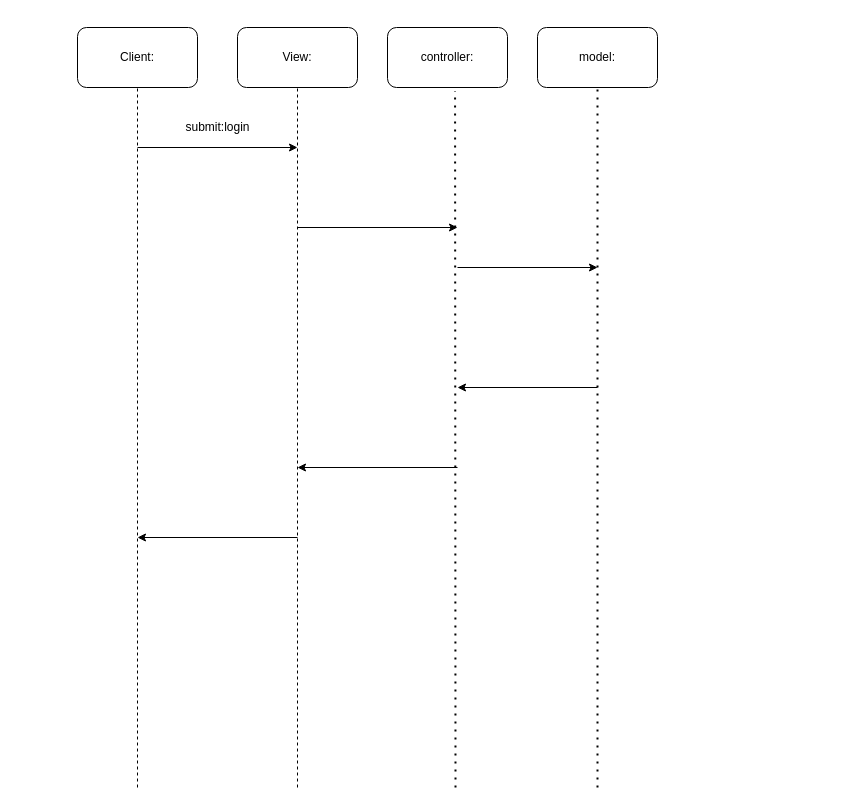
booyuh/booyuh keeps this draw.io diagram as page "Page-1" (1 of 2) of Untitled Diagram.drawio. Above is the earlier version. Source tidied: cells renumbered, new cells numbered last; positions are measured from the earlier drawing's top-left corner, leaving out a move shared by most shapes. Both pictures are drawn from the tidied source at 100%, with x=0, y=0 at pixel (77, 27).
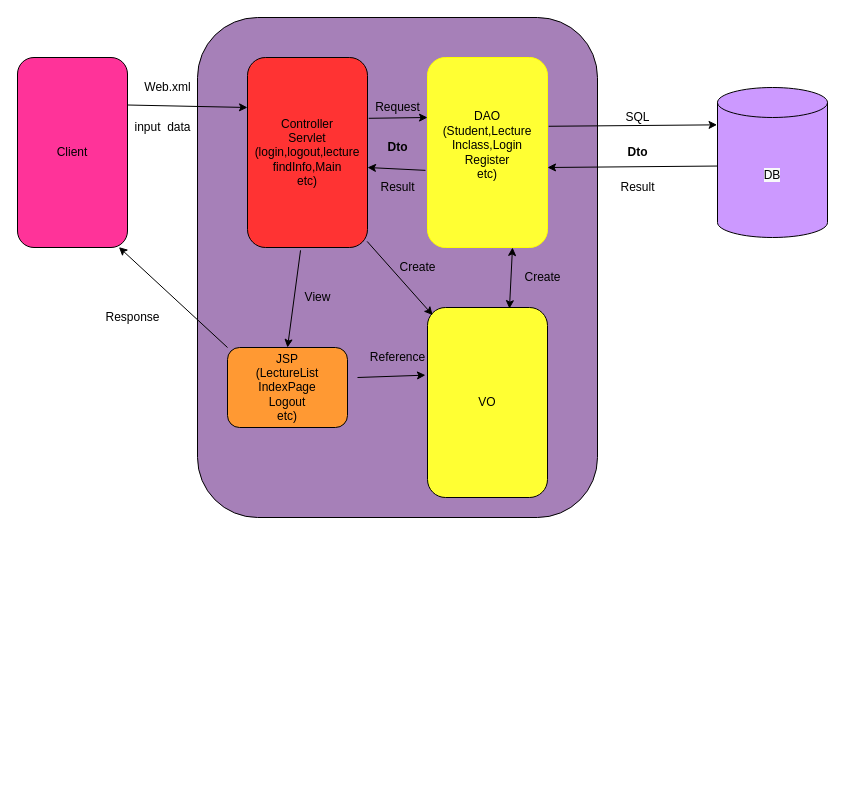
Above is the later version.

The edit, as a diff of the source:
```diff
@@
-    <mxCell id="2" value="Client:" style="rounded=1;whiteSpace=wrap;html=1;" parent="1" vertex="1">
-      <mxGeometry width="120" height="60" as="geometry" />
-    </mxCell>
-    <mxCell id="3" value="View:" style="rounded=1;whiteSpace=wrap;html=1;" parent="1" vertex="1">
-      <mxGeometry x="160" width="120" height="60" as="geometry" />
-    </mxCell>
-    <mxCell id="4" value="model:" style="rounded=1;whiteSpace=wrap;html=1;" parent="1" vertex="1">
-      <mxGeometry x="460" width="120" height="60" as="geometry" />
-    </mxCell>
-    <mxCell id="5" value="controller:" style="rounded=1;whiteSpace=wrap;html=1;" parent="1" vertex="1">
-      <mxGeometry x="310" width="120" height="60" as="geometry" />
-    </mxCell>
-    <mxCell id="6" style="endArrow=none;dashed=1;html=1;rounded=0;entryX=0.5;entryY=1;entryDx=0;entryDy=0;" parent="1" edge="1" target="2">
-      <mxGeometry relative="1" as="geometry">
-        <mxPoint x="60" y="760" as="sourcePoint" />
-      </mxGeometry>
-    </mxCell>
-    <mxCell id="7" style="endArrow=none;dashed=1;html=1;rounded=0;entryX=0.5;entryY=1;entryDx=0;entryDy=0;" parent="1" edge="1" target="3">
-      <mxGeometry relative="1" as="geometry">
-        <mxPoint x="220" y="760" as="sourcePoint" />
-      </mxGeometry>
-    </mxCell>
-    <mxCell id="8" style="endArrow=none;dashed=1;html=1;dashPattern=1 3;strokeWidth=2;rounded=0;entryX=0.5;entryY=1;entryDx=0;entryDy=0;" parent="1" edge="1" target="4">
-      <mxGeometry relative="1" as="geometry">
-        <mxPoint x="520" y="760" as="sourcePoint" />
-      </mxGeometry>
-    </mxCell>
-    <mxCell id="9" style="endArrow=none;dashed=1;html=1;dashPattern=1 3;strokeWidth=2;rounded=0;entryX=0.563;entryY=1.06;entryDx=0;entryDy=0;entryPerimeter=0;" parent="1" edge="1" target="5">
-      <mxGeometry relative="1" as="geometry">
-        <mxPoint x="378" y="760" as="sourcePoint" />
-      </mxGeometry>
-    </mxCell>
-    <mxCell id="10" style="endArrow=classic;html=1;rounded=0;" parent="1" edge="1">
-      <mxGeometry relative="1" as="geometry">
-        <mxPoint x="60" y="120" as="sourcePoint" />
-        <mxPoint x="220" y="120" as="targetPoint" />
-      </mxGeometry>
-    </mxCell>
-    <mxCell id="11" value="submit:login" style="text;html=1;align=center;verticalAlign=middle;strokeColor=none;fillColor=none;" parent="1" vertex="1">
-      <mxGeometry x="100" y="90" width="80" height="20" as="geometry" />
-    </mxCell>
-    <mxCell id="12" style="endArrow=classic;html=1;rounded=0;" parent="1" edge="1">
-      <mxGeometry relative="1" as="geometry">
-        <mxPoint x="220" y="200" as="sourcePoint" />
-        <mxPoint x="380" y="200" as="targetPoint" />
-      </mxGeometry>
-    </mxCell>
-    <mxCell id="13" style="endArrow=classic;html=1;rounded=0;" parent="1" edge="1">
-      <mxGeometry relative="1" as="geometry">
-        <mxPoint x="520" y="360" as="sourcePoint" />
-        <mxPoint x="380" y="360" as="targetPoint" />
-      </mxGeometry>
-    </mxCell>
-    <mxCell id="14" style="endArrow=classic;html=1;rounded=0;" parent="1" edge="1">
-      <mxGeometry relative="1" as="geometry">
-        <mxPoint x="380" y="240" as="sourcePoint" />
-        <mxPoint x="520" y="240" as="targetPoint" />
-      </mxGeometry>
-    </mxCell>
-    <mxCell id="15" style="endArrow=classic;html=1;rounded=0;" parent="1" edge="1">
-      <mxGeometry relative="1" as="geometry">
-        <mxPoint x="220" y="510" as="sourcePoint" />
-        <mxPoint x="60" y="510" as="targetPoint" />
-      </mxGeometry>
-    </mxCell>
-    <mxCell id="16" style="endArrow=classic;html=1;rounded=0;" parent="1" edge="1">
-      <mxGeometry relative="1" as="geometry">
-        <mxPoint x="380" y="440" as="sourcePoint" />
-        <mxPoint x="220" y="440" as="targetPoint" />
-      </mxGeometry>
-    </mxCell>
+    <mxCell id="17" style="rounded=1;whiteSpace=wrap;html=1;glass=0;strokeColor=#000000;fillColor=#A680B8;gradientColor=none;" parent="1" vertex="1">
+      <mxGeometry x="120" y="-10" width="400" height="500" as="geometry" />
+    </mxCell>
+    <mxCell id="18" value="Client" style="rounded=1;whiteSpace=wrap;html=1;glass=0;fillColor=#FF3399;" parent="1" vertex="1">
+      <mxGeometry x="-60" y="30" width="110" height="190" as="geometry" />
+    </mxCell>
+    <mxCell id="19" value="JSP&lt;br&gt;(LectureList&lt;br&gt;IndexPage&lt;br&gt;Logout&lt;br&gt;etc)" style="rounded=1;whiteSpace=wrap;html=1;glass=0;fillColor=#FF9933;" parent="1" vertex="1">
+      <mxGeometry x="150" y="320" width="120" height="80" as="geometry" />
+    </mxCell>
+    <mxCell id="20" value="DAO&lt;br&gt;(Student,Lecture&lt;br&gt;Inclass,Login&lt;br&gt;Register&lt;br&gt;etc)&lt;br&gt;&lt;br&gt;" style="rounded=1;whiteSpace=wrap;html=1;glass=0;strokeColor=#FFFF00;fillColor=#FFFF33;" parent="1" vertex="1">
+      <mxGeometry x="350" y="30" width="120" height="190" as="geometry" />
+    </mxCell>
+    <mxCell id="21" value="VO" style="rounded=1;whiteSpace=wrap;html=1;glass=0;fillColor=#FFFF33;" parent="1" vertex="1">
+      <mxGeometry x="350" y="280" width="120" height="190" as="geometry" />
+    </mxCell>
+    <mxCell id="22" value="Controller&lt;br&gt;Servlet&lt;br&gt;(login,logout,lecture&lt;br&gt;findInfo,Main &lt;br&gt;etc)" style="rounded=1;whiteSpace=wrap;html=1;glass=0;fillColor=#FF3333;" parent="1" vertex="1">
+      <mxGeometry x="170" y="30" width="120" height="190" as="geometry" />
+    </mxCell>
+    <mxCell id="23" style="endArrow=classic;html=1;rounded=0;exitX=0;exitY=1;exitDx=0;exitDy=0;" parent="1" edge="1">
+      <mxGeometry relative="1" as="geometry">
+        <mxPoint x="667.6" y="138.3" as="sourcePoint" />
+        <mxPoint x="470" y="140" as="targetPoint" />
+      </mxGeometry>
+    </mxCell>
+    <mxCell id="24" style="endArrow=classic;html=1;rounded=0;exitX=1.01;exitY=0.362;exitDx=0;exitDy=0;exitPerimeter=0;entryX=-0.004;entryY=0.249;entryDx=0;entryDy=0;entryPerimeter=0;" parent="1" edge="1" source="20" target="45">
+      <mxGeometry relative="1" as="geometry" />
+    </mxCell>
+    <mxCell id="25" style="endArrow=classic;html=1;rounded=0;exitX=1.01;exitY=0.32;exitDx=0;exitDy=0;exitPerimeter=0;" parent="1" edge="1" source="22">
+      <mxGeometry relative="1" as="geometry">
+        <mxPoint x="350" y="90" as="targetPoint" />
+      </mxGeometry>
+    </mxCell>
+    <mxCell id="26" style="endArrow=classic;html=1;rounded=0;exitX=1;exitY=0.25;exitDx=0;exitDy=0;" parent="1" edge="1" source="18">
+      <mxGeometry relative="1" as="geometry">
+        <mxPoint x="170" y="80" as="targetPoint" />
+      </mxGeometry>
+    </mxCell>
+    <mxCell id="27" style="endArrow=classic;html=1;rounded=0;exitX=0;exitY=0;exitDx=0;exitDy=0;entryX=0.922;entryY=0.998;entryDx=0;entryDy=0;entryPerimeter=0;" parent="1" edge="1" source="19" target="18">
+      <mxGeometry relative="1" as="geometry" />
+    </mxCell>
+    <mxCell id="28" style="endArrow=classic;html=1;rounded=0;exitX=-0.017;exitY=0.594;exitDx=0;exitDy=0;exitPerimeter=0;" parent="1" edge="1" source="20">
+      <mxGeometry relative="1" as="geometry">
+        <mxPoint x="290" y="140" as="targetPoint" />
+      </mxGeometry>
+    </mxCell>
+    <mxCell id="29" style="endArrow=classic;html=1;rounded=0;entryX=-0.017;entryY=0.356;entryDx=0;entryDy=0;entryPerimeter=0;" parent="1" edge="1" target="21">
+      <mxGeometry relative="1" as="geometry">
+        <mxPoint x="280" y="350" as="sourcePoint" />
+      </mxGeometry>
+    </mxCell>
+    <mxCell id="30" style="endArrow=classic;html=1;rounded=0;exitX=0.442;exitY=1.015;exitDx=0;exitDy=0;exitPerimeter=0;entryX=0.5;entryY=0;entryDx=0;entryDy=0;" parent="1" edge="1" source="22" target="19">
+      <mxGeometry relative="1" as="geometry" />
+    </mxCell>
+    <mxCell id="31" style="endArrow=classic;html=1;rounded=0;entryX=0.043;entryY=0.04;entryDx=0;entryDy=0;entryPerimeter=0;exitX=0.997;exitY=0.968;exitDx=0;exitDy=0;exitPerimeter=0;" parent="1" edge="1" source="22" target="21">
+      <mxGeometry relative="1" as="geometry" />
+    </mxCell>
+    <mxCell id="32" style="endArrow=classic;startArrow=classic;html=1;rounded=0;exitX=0.683;exitY=0.006;exitDx=0;exitDy=0;exitPerimeter=0;" parent="1" edge="1" source="21">
+      <mxGeometry relative="1" as="geometry">
+        <mxPoint x="435" y="220" as="targetPoint" />
+      </mxGeometry>
+    </mxCell>
+    <mxCell id="33" value="SQL" style="text;html=1;align=center;verticalAlign=middle;strokeColor=none;fillColor=none;" parent="1" vertex="1">
+      <mxGeometry x="540" y="80" width="40" height="20" as="geometry" />
+    </mxCell>
+    <mxCell id="34" value="Web.xml" style="text;html=1;align=center;verticalAlign=middle;strokeColor=none;fillColor=none;" parent="1" vertex="1">
+      <mxGeometry x="60" y="50" width="60" height="20" as="geometry" />
+    </mxCell>
+    <mxCell id="35" value="Request" style="text;html=1;align=center;verticalAlign=middle;strokeColor=none;fillColor=none;" parent="1" vertex="1">
+      <mxGeometry x="290" y="70" width="60" height="20" as="geometry" />
+    </mxCell>
+    <mxCell id="36" value="Response" style="text;html=1;align=center;verticalAlign=middle;strokeColor=none;fillColor=none;" parent="1" vertex="1">
+      <mxGeometry x="20" y="280" width="70" height="20" as="geometry" />
+    </mxCell>
+    <mxCell id="37" value="View" style="text;html=1;align=center;verticalAlign=middle;strokeColor=none;fillColor=none;" parent="1" vertex="1">
+      <mxGeometry x="220" y="260" width="40" height="20" as="geometry" />
+    </mxCell>
+    <mxCell id="38" value="&lt;b&gt;Dto&lt;/b&gt;" style="text;html=1;align=center;verticalAlign=middle;strokeColor=none;fillColor=none;" parent="1" vertex="1">
+      <mxGeometry x="300" y="110" width="40" height="20" as="geometry" />
+    </mxCell>
+    <mxCell id="39" value="Result" style="text;html=1;align=center;verticalAlign=middle;strokeColor=none;fillColor=none;" parent="1" vertex="1">
+      <mxGeometry x="295" y="150" width="50" height="20" as="geometry" />
+    </mxCell>
+    <mxCell id="40" value="Result" style="text;html=1;align=center;verticalAlign=middle;strokeColor=none;fillColor=none;" parent="1" vertex="1">
+      <mxGeometry x="535" y="150" width="50" height="20" as="geometry" />
+    </mxCell>
+    <mxCell id="41" value="&lt;b&gt;Dto&lt;/b&gt;" style="text;html=1;align=center;verticalAlign=middle;strokeColor=none;fillColor=none;" parent="1" vertex="1">
+      <mxGeometry x="540" y="115" width="40" height="20" as="geometry" />
+    </mxCell>
+    <mxCell id="42" value="Create" style="text;html=1;align=center;verticalAlign=middle;strokeColor=none;fillColor=none;" parent="1" vertex="1">
+      <mxGeometry x="315" y="230" width="50" height="20" as="geometry" />
+    </mxCell>
+    <mxCell id="43" value="Create" style="text;html=1;align=center;verticalAlign=middle;strokeColor=none;fillColor=none;" parent="1" vertex="1">
+      <mxGeometry x="440" y="240" width="50" height="20" as="geometry" />
+    </mxCell>
+    <mxCell id="44" value="Reference" style="text;html=1;align=center;verticalAlign=middle;strokeColor=none;fillColor=none;" parent="1" vertex="1">
+      <mxGeometry x="285" y="320" width="70" height="20" as="geometry" />
+    </mxCell>
+    <mxCell id="45" value="&#10;&#10;&lt;span style=&quot;color: rgb(0, 0, 0); font-family: helvetica; font-size: 12px; font-style: normal; font-weight: 400; letter-spacing: normal; text-align: center; text-indent: 0px; text-transform: none; word-spacing: 0px; background-color: rgb(248, 249, 250); display: inline; float: none;&quot;&gt;DB&lt;/span&gt;&#10;&#10;" style="shape=cylinder3;whiteSpace=wrap;html=1;boundedLbl=1;backgroundOutline=1;size=15;glass=1;strokeColor=#000000;fillColor=#CC99FF;" parent="1" vertex="1">
+      <mxGeometry x="640" y="60" width="110" height="150" as="geometry" />
+    </mxCell>
+    <mxCell id="46" value="input&amp;nbsp;&amp;nbsp;data" style="text;html=1;align=center;verticalAlign=middle;strokeColor=none;fillColor=none;" parent="1" vertex="1">
+      <mxGeometry x="50" y="90" width="70" height="20" as="geometry" />
+    </mxCell>
```
